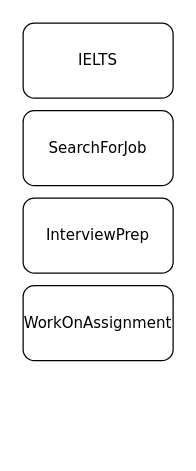
surfersulver994/Priority keeps this draw.io diagram as Untitled Diagram.drawio. Above is the earlier version. Source tidied: cells renumbered, new cells numbered last; positions are measured from the earlier drawing's top-left corner, leaving out a move shared by most shapes. Both pictures are drawn from the tidied source at 125%, with x=0, y=0 at pixel (22, 22).
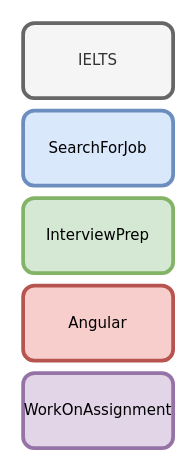
After the change.

Diff of the diagram source:
```diff
@@
 <mxGraphModel>
   <root>
     <mxCell id="0" />
     <mxCell id="1" parent="0" />
-    <mxCell id="2" value="&lt;font face=&quot;Verdana&quot;&gt;SearchForJob&lt;/font&gt;" style="rounded=1;whiteSpace=wrap;html=1;" parent="1" vertex="1">
+    <mxCell id="2" value="&lt;font face=&quot;Verdana&quot;&gt;SearchForJob&lt;/font&gt;" style="rounded=1;whiteSpace=wrap;html=1;strokeWidth=3;fillColor=#dae8fc;strokeColor=#6c8ebf;" parent="1" vertex="1">
       <mxGeometry y="70" width="120" height="60" as="geometry" />
     </mxCell>
-    <mxCell id="3" value="&lt;font face=&quot;Verdana&quot;&gt;InterviewPrep&lt;br&gt;&lt;/font&gt;" style="rounded=1;whiteSpace=wrap;html=1;" parent="1" vertex="1">
+    <mxCell id="3" value="&lt;font face=&quot;Verdana&quot;&gt;InterviewPrep&lt;br&gt;&lt;/font&gt;" style="rounded=1;whiteSpace=wrap;html=1;strokeWidth=3;fillColor=#d5e8d4;strokeColor=#82b366;" parent="1" vertex="1">
       <mxGeometry y="140" width="120" height="60" as="geometry" />
     </mxCell>
-    <mxCell id="4" value="&lt;font face=&quot;Verdana&quot;&gt;WorkOnAssignment&lt;br&gt;&lt;/font&gt;" style="rounded=1;whiteSpace=wrap;html=1;" parent="1" vertex="1">
-      <mxGeometry y="210" width="120" height="60" as="geometry" />
+    <mxCell id="4" value="&lt;font face=&quot;Verdana&quot;&gt;WorkOnAssignment&lt;br&gt;&lt;/font&gt;" style="rounded=1;whiteSpace=wrap;html=1;strokeWidth=3;fillColor=#e1d5e7;strokeColor=#9673a6;" parent="1" vertex="1">
+      <mxGeometry y="280" width="120" height="60" as="geometry" />
     </mxCell>
-    <mxCell id="5" value="&lt;font face=&quot;Verdana&quot;&gt;IELTS&lt;br&gt;&lt;/font&gt;" style="rounded=1;whiteSpace=wrap;html=1;" parent="1" vertex="1">
+    <mxCell id="5" value="&lt;font face=&quot;Verdana&quot;&gt;IELTS&lt;br&gt;&lt;/font&gt;" style="rounded=1;whiteSpace=wrap;html=1;strokeWidth=3;fillColor=#f5f5f5;strokeColor=#666666;fontColor=#333333;" parent="1" vertex="1">
       <mxGeometry width="120" height="60" as="geometry" />
     </mxCell>
+    <mxCell id="6" value="&lt;font face=&quot;Verdana&quot;&gt;Angular&lt;br&gt;&lt;/font&gt;" style="rounded=1;whiteSpace=wrap;html=1;strokeWidth=3;fillColor=#f8cecc;strokeColor=#b85450;" parent="1" vertex="1">
+      <mxGeometry y="210" width="120" height="60" as="geometry" />
+    </mxCell>
   </root>
 </mxGraphModel>
```
